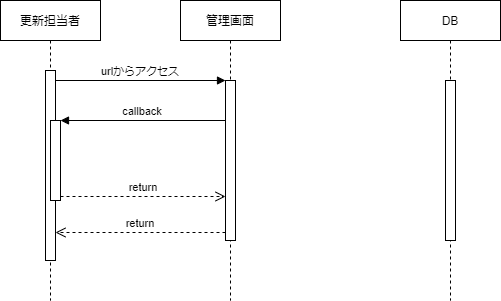
Earlier version of the draw.io export シーケンス図2.drawio.png (buyodo/webgis-dev-doc). Source tidied: cells renumbered, new cells last; positions are measured from the earlier drawing's top-left corner, leaving out a move shared by most shapes.
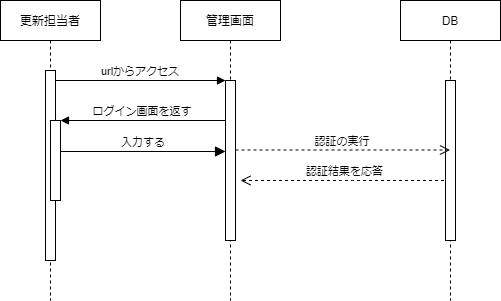
After the commit.

Commit message:
シーケンス図2.drawio.png を更新します

What changed in the source:
```diff
@@ -17,17 +17,25 @@
     <mxCell id="6" style="points=[];perimeter=orthogonalPerimeter;rounded=0;shadow=0;strokeWidth=1;" parent="5" vertex="1">
       <mxGeometry x="45" y="80" width="10" height="160" as="geometry" />
     </mxCell>
-    <mxCell id="7" value="return" style="verticalAlign=bottom;endArrow=open;dashed=1;endSize=8;exitX=0;exitY=0.95;shadow=0;strokeWidth=1;" parent="1" edge="1" source="6" target="3">
-      <mxGeometry relative="1" as="geometry" />
+    <mxCell id="7" value="認証結果を応答" style="verticalAlign=bottom;endArrow=open;dashed=1;endSize=8;shadow=0;strokeWidth=1;" parent="1" edge="1" source="11">
+      <mxGeometry relative="1" as="geometry">
+        <mxPoint x="240" y="180" as="targetPoint" />
+        <Array as="points">
+          <mxPoint x="350" y="180" />
+        </Array>
+      </mxGeometry>
     </mxCell>
     <mxCell id="8" value="urlからアクセス" style="verticalAlign=bottom;endArrow=block;entryX=0;entryY=0;shadow=0;strokeWidth=1;" parent="1" edge="1" source="3" target="6">
       <mxGeometry relative="1" as="geometry" />
     </mxCell>
-    <mxCell id="9" value="callback" style="verticalAlign=bottom;endArrow=block;entryX=1;entryY=0;shadow=0;strokeWidth=1;" parent="1" edge="1" source="6" target="4">
+    <mxCell id="9" value="ログイン画面を返す" style="verticalAlign=bottom;endArrow=block;entryX=1;entryY=0;shadow=0;strokeWidth=1;" parent="1" edge="1" source="6" target="4">
       <mxGeometry relative="1" as="geometry" />
     </mxCell>
-    <mxCell id="10" value="return" style="verticalAlign=bottom;endArrow=open;dashed=1;endSize=8;exitX=1;exitY=0.95;shadow=0;strokeWidth=1;" parent="1" edge="1" source="4" target="6">
-      <mxGeometry relative="1" as="geometry" />
+    <mxCell id="10" value="入力する" style="verticalAlign=bottom;endArrow=block;endSize=8;exitX=1;exitY=0.95;shadow=0;strokeWidth=1;endFill=1;" parent="1" edge="1">
+      <mxGeometry relative="1" as="geometry">
+        <mxPoint x="60" y="151" as="sourcePoint" />
+        <mxPoint x="225" y="151" as="targetPoint" />
+      </mxGeometry>
     </mxCell>
     <mxCell id="11" value="DB" style="shape=umlLifeline;perimeter=lifelinePerimeter;rounded=0;shadow=0;strokeWidth=1;" parent="1" vertex="1">
       <mxGeometry x="400" width="100" height="300" as="geometry" />
@@ -35,5 +43,10 @@
     <mxCell id="12" style="perimeter=orthogonalPerimeter;rounded=0;shadow=0;strokeWidth=1;" parent="11" vertex="1">
       <mxGeometry x="45" y="80" width="10" height="160" as="geometry" />
     </mxCell>
+    <mxCell id="13" value="認証の実行" style="verticalAlign=bottom;endArrow=open;dashed=1;endSize=8;exitX=1;exitY=0.95;shadow=0;strokeWidth=1;" parent="1" edge="1" target="11">
+      <mxGeometry relative="1" as="geometry">
+        <mxPoint x="235" y="149.5" as="sourcePoint" />
+      </mxGeometry>
+    </mxCell>
   </root>
 </mxGraphModel>
```
